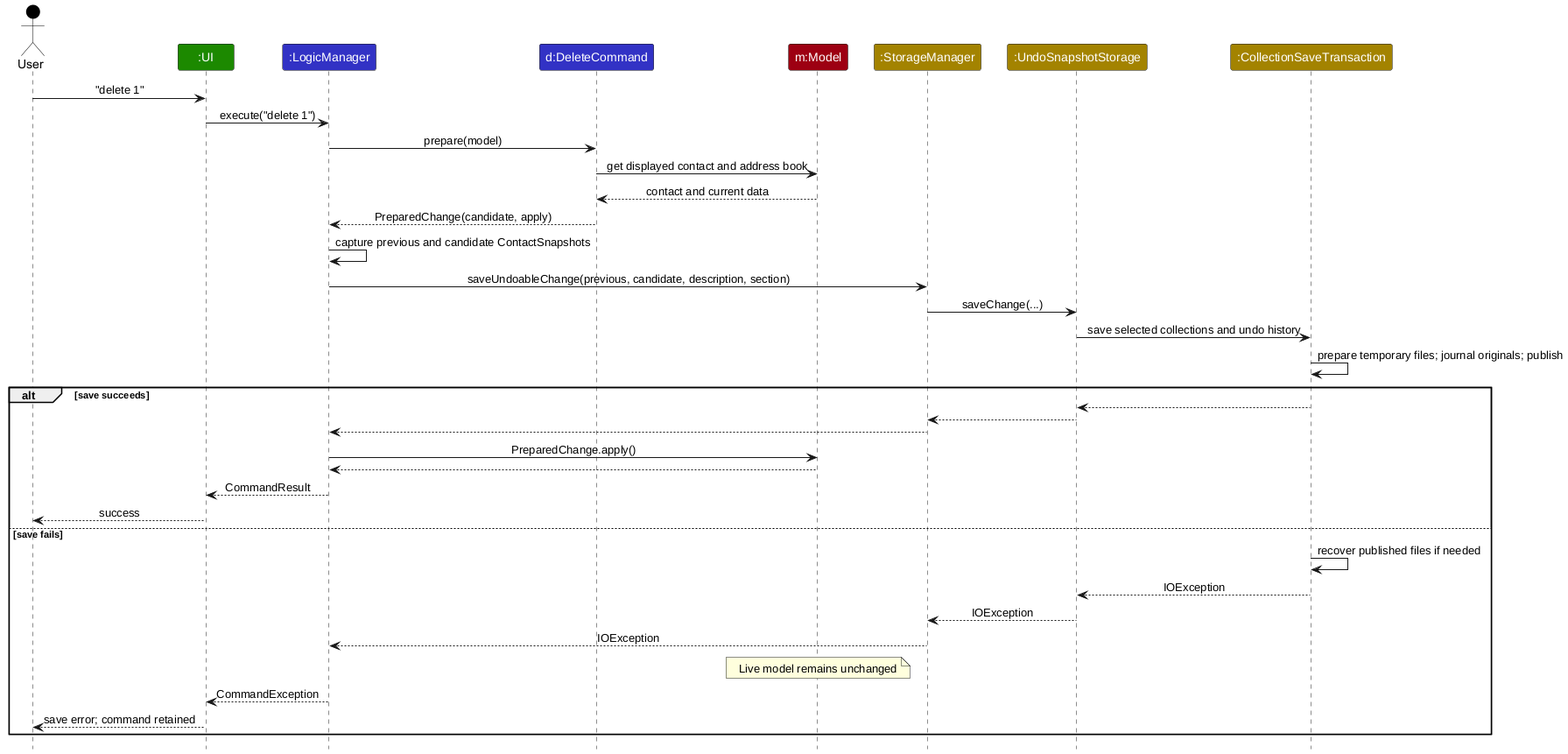
AY2627S1-CS2103T-W11-3/tp keeps this PlantUML diagram as docs/images/ArchitectureSequenceDiagram.png. Above is the earlier version. Source of this version:
```plantuml
@startuml
!include style.puml
skinparam ArrowFontStyle plain

actor User as user USER_COLOR
participant ":UI" as ui UI_COLOR
participant ":LogicManager" as logic LOGIC_COLOR
participant "d:DeleteCommand" as delete LOGIC_COLOR
participant "m:Model" as model MODEL_COLOR
participant ":StorageManager" as storage STORAGE_COLOR
participant ":UndoSnapshotStorage" as undo STORAGE_COLOR
participant ":CollectionSaveTransaction" as transaction STORAGE_COLOR

user -> ui : "delete 1"
ui -> logic : execute("delete 1")
logic -> delete : prepare(model)
delete -> model : get displayed contact and address book
model --> delete : contact and current data
delete --> logic : PreparedChange(candidate, apply)
logic -> logic : capture previous and candidate ContactSnapshots
logic -> storage : saveUndoableChange(previous, candidate, description, section)
storage -> undo : saveChange(...)
undo -> transaction : save selected collections and undo history
transaction -> transaction : prepare temporary files; journal originals; publish
alt save succeeds
    transaction --> undo
    undo --> storage
    storage --> logic
    logic -> model : PreparedChange.apply()
    model --> logic
    logic --> ui : CommandResult
    ui --> user : success
else save fails
    transaction -> transaction : recover published files if needed
    transaction --> undo : IOException
    undo --> storage : IOException
    storage --> logic : IOException
    note over model : Live model remains unchanged
    logic --> ui : CommandException
    ui --> user : save error; command retained
end
@enduml
```
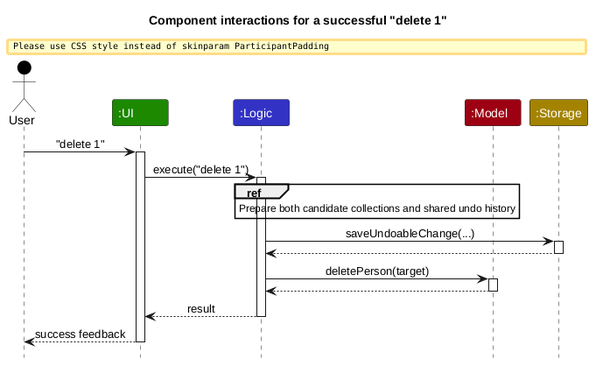
Later version of the same file.

Commit message:
Regenerate diagram images and fix guide references

Change to the diagram source:
```diff
@@ -2,41 +2,35 @@
 !include style.puml
 skinparam ArrowFontStyle plain
 
+title Component interactions for a successful "delete 1"
+
 actor User as user USER_COLOR
 participant ":UI" as ui UI_COLOR
-participant ":LogicManager" as logic LOGIC_COLOR
-participant "d:DeleteCommand" as delete LOGIC_COLOR
-participant "m:Model" as model MODEL_COLOR
-participant ":StorageManager" as storage STORAGE_COLOR
-participant ":UndoSnapshotStorage" as undo STORAGE_COLOR
-participant ":CollectionSaveTransaction" as transaction STORAGE_COLOR
+participant ":Logic" as logic LOGIC_COLOR
+participant ":Model" as model MODEL_COLOR
+participant ":Storage" as storage STORAGE_COLOR
 
 user -> ui : "delete 1"
+activate ui
 ui -> logic : execute("delete 1")
-logic -> delete : prepare(model)
-delete -> model : get displayed contact and address book
-model --> delete : contact and current data
-delete --> logic : PreparedChange(candidate, apply)
-logic -> logic : capture previous and candidate ContactSnapshots
-logic -> storage : saveUndoableChange(previous, candidate, description, section)
-storage -> undo : saveChange(...)
-undo -> transaction : save selected collections and undo history
-transaction -> transaction : prepare temporary files; journal originals; publish
-alt save succeeds
-    transaction --> undo
-    undo --> storage
-    storage --> logic
-    logic -> model : PreparedChange.apply()
-    model --> logic
-    logic --> ui : CommandResult
-    ui --> user : success
-else save fails
-    transaction -> transaction : recover published files if needed
-    transaction --> undo : IOException
-    undo --> storage : IOException
-    storage --> logic : IOException
-    note over model : Live model remains unchanged
-    logic --> ui : CommandException
-    ui --> user : save error; command retained
-end
+activate logic
+
+ref over logic, model
+Prepare both candidate collections and shared undo history
+end ref
+
+logic -> storage : saveUndoableChange(...)
+activate storage
+storage --> logic
+deactivate storage
+
+logic -> model : deletePerson(target)
+activate model
+model --> logic
+deactivate model
+
+logic --> ui : result
+deactivate logic
+ui --> user : success feedback
+deactivate ui
 @enduml
```
